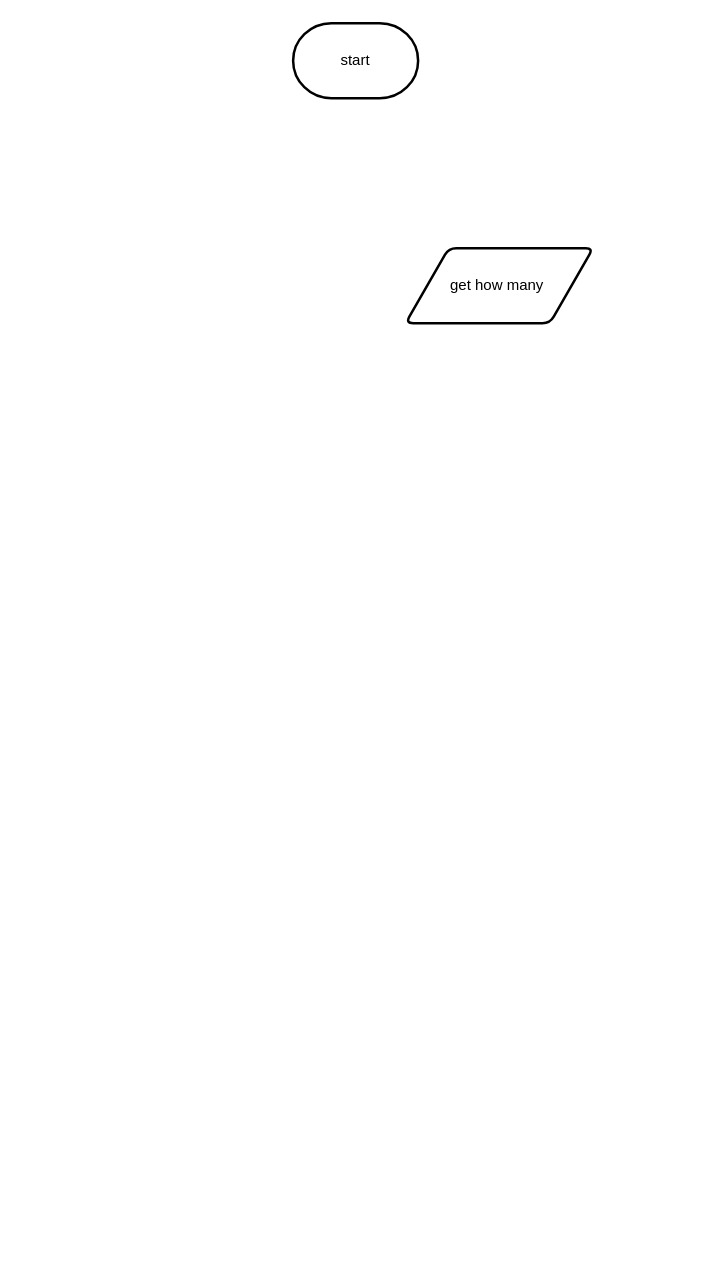
The draw.io diagram flowchart.drawio in venika-sem/ICS3U-Unit4-05-Python, before the edit. Source tidied: cells renumbered, new cells numbered last; positions are measured from the earlier drawing's top-left corner, leaving out a move shared by most shapes. Both pictures are drawn from the tidied source at 125%, with x=0, y=0 at pixel (292, 22).
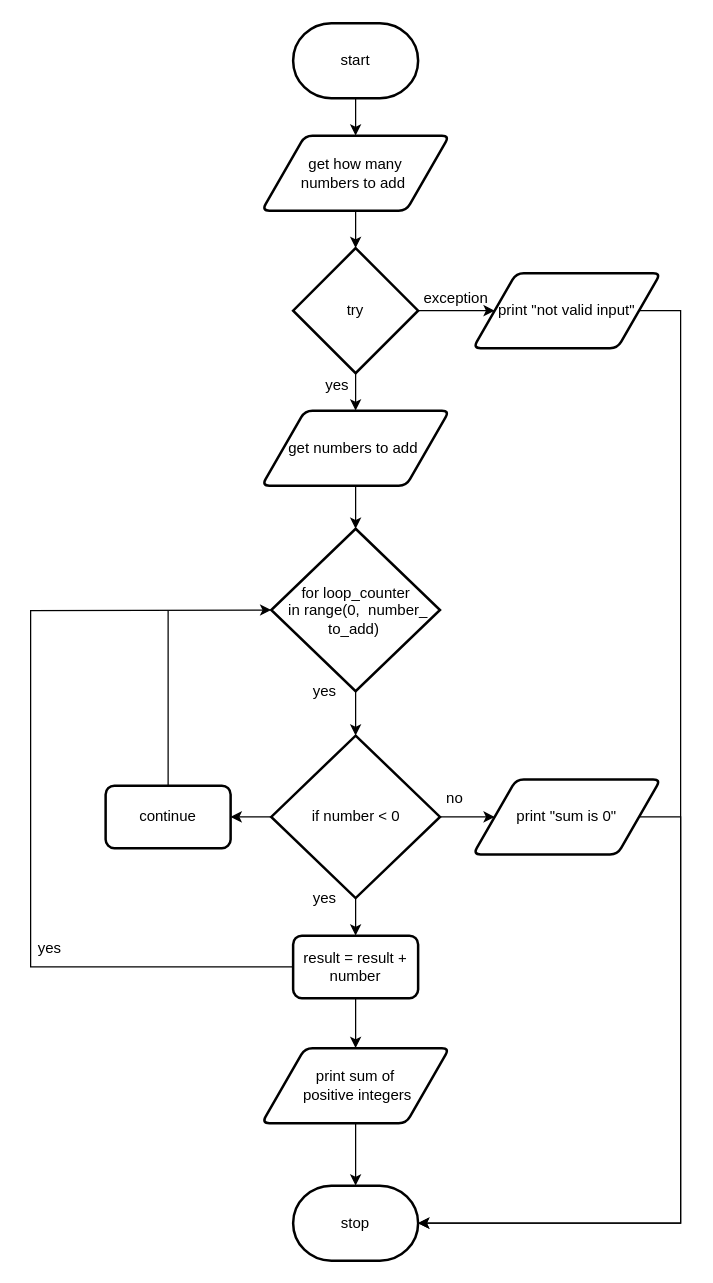
The same page after the edit.

Unchanged cells that the change refers to:
```xml
<mxCell id="2" value="start" style="strokeWidth=2;html=1;shape=mxgraph.flowchart.terminator;whiteSpace=wrap;" parent="1" vertex="1">
  <mxGeometry width="100" height="60" as="geometry" />
</mxCell>
```

The edit, as a diff of the source:
```diff
@@
+    <mxCell id="4" style="edgeStyle=none;html=1;exitX=0.5;exitY=1;exitDx=0;exitDy=0;exitPerimeter=0;" parent="1" edge="1" source="2" target="3">
+      <mxGeometry relative="1" as="geometry" />
+    </mxCell>
@@
+    <mxCell id="5" style="edgeStyle=none;html=1;exitX=0.5;exitY=1;exitDx=0;exitDy=0;" parent="1" edge="1" source="3" target="8">
+      <mxGeometry relative="1" as="geometry" />
+    </mxCell>
-    <mxCell id="3" value="get how many&amp;nbsp;" style="shape=parallelogram;html=1;strokeWidth=2;perimeter=parallelogramPerimeter;whiteSpace=wrap;rounded=1;arcSize=12;size=0.23;" parent="1" vertex="1">
-      <mxGeometry x="90" y="180" width="150" height="60" as="geometry" />
+    <mxCell id="3" value="get how many &lt;br&gt;numbers to add&amp;nbsp;" style="shape=parallelogram;html=1;strokeWidth=2;perimeter=parallelogramPerimeter;whiteSpace=wrap;rounded=1;arcSize=12;size=0.23;" parent="1" vertex="1">
+      <mxGeometry x="-25" y="90" width="150" height="60" as="geometry" />
     </mxCell>
+    <mxCell id="6" style="edgeStyle=none;html=1;exitX=0.5;exitY=1;exitDx=0;exitDy=0;exitPerimeter=0;" parent="1" edge="1" source="8" target="10">
+      <mxGeometry relative="1" as="geometry" />
+    </mxCell>
+    <mxCell id="7" style="edgeStyle=none;rounded=0;html=1;exitX=1;exitY=0.5;exitDx=0;exitDy=0;exitPerimeter=0;" parent="1" edge="1" source="8" target="23">
+      <mxGeometry relative="1" as="geometry" />
+    </mxCell>
+    <mxCell id="8" value="try" style="strokeWidth=2;html=1;shape=mxgraph.flowchart.decision;whiteSpace=wrap;" parent="1" vertex="1">
+      <mxGeometry y="180" width="100" height="100" as="geometry" />
+    </mxCell>
+    <mxCell id="9" style="edgeStyle=none;html=1;exitX=0.5;exitY=1;exitDx=0;exitDy=0;" parent="1" edge="1" source="10" target="12">
+      <mxGeometry relative="1" as="geometry" />
+    </mxCell>
+    <mxCell id="10" value="get numbers to add&amp;nbsp;" style="shape=parallelogram;html=1;strokeWidth=2;perimeter=parallelogramPerimeter;whiteSpace=wrap;rounded=1;arcSize=12;size=0.23;" parent="1" vertex="1">
+      <mxGeometry x="-25" y="310" width="150" height="60" as="geometry" />
+    </mxCell>
+    <mxCell id="11" style="edgeStyle=none;html=1;exitX=0.5;exitY=1;exitDx=0;exitDy=0;exitPerimeter=0;" parent="1" edge="1" source="12" target="16">
+      <mxGeometry relative="1" as="geometry" />
+    </mxCell>
+    <mxCell id="12" value="for loop_counter&lt;br&gt;&amp;nbsp;in range(0,&amp;nbsp; number_&lt;br&gt;to_add)&amp;nbsp;" style="strokeWidth=2;html=1;shape=mxgraph.flowchart.decision;whiteSpace=wrap;" parent="1" vertex="1">
+      <mxGeometry x="-17.5" y="404.5" width="135" height="130" as="geometry" />
+    </mxCell>
+    <mxCell id="13" style="edgeStyle=none;html=1;exitX=0.5;exitY=1;exitDx=0;exitDy=0;exitPerimeter=0;" parent="1" edge="1" source="16" target="19">
+      <mxGeometry relative="1" as="geometry" />
+    </mxCell>
+    <mxCell id="14" style="edgeStyle=none;html=1;exitX=0;exitY=0.5;exitDx=0;exitDy=0;exitPerimeter=0;entryX=1;entryY=0.5;entryDx=0;entryDy=0;" parent="1" edge="1" source="16" target="21">
+      <mxGeometry relative="1" as="geometry" />
+    </mxCell>
+    <mxCell id="15" style="edgeStyle=none;html=1;exitX=1;exitY=0.5;exitDx=0;exitDy=0;exitPerimeter=0;" parent="1" edge="1" source="16" target="28">
+      <mxGeometry relative="1" as="geometry" />
+    </mxCell>
+    <mxCell id="16" value="if number &amp;lt; 0" style="strokeWidth=2;html=1;shape=mxgraph.flowchart.decision;whiteSpace=wrap;" parent="1" vertex="1">
+      <mxGeometry x="-17.5" y="570" width="135" height="130" as="geometry" />
+    </mxCell>
+    <mxCell id="17" style="edgeStyle=none;html=1;exitX=0;exitY=0.5;exitDx=0;exitDy=0;entryX=0;entryY=0.5;entryDx=0;entryDy=0;entryPerimeter=0;rounded=0;" parent="1" edge="1" source="19" target="12">
+      <mxGeometry relative="1" as="geometry">
+        <Array as="points">
+          <mxPoint x="-210" y="755" />
+          <mxPoint x="-210" y="470" />
+        </Array>
+      </mxGeometry>
+    </mxCell>
+    <mxCell id="18" style="edgeStyle=none;rounded=0;html=1;exitX=0.5;exitY=1;exitDx=0;exitDy=0;" parent="1" edge="1" source="19" target="25">
+      <mxGeometry relative="1" as="geometry" />
+    </mxCell>
+    <mxCell id="19" value="result = result + number" style="rounded=1;whiteSpace=wrap;html=1;absoluteArcSize=1;arcSize=14;strokeWidth=2;" parent="1" vertex="1">
+      <mxGeometry y="730" width="100" height="50" as="geometry" />
+    </mxCell>
+    <mxCell id="20" value="stop" style="strokeWidth=2;html=1;shape=mxgraph.flowchart.terminator;whiteSpace=wrap;" parent="1" vertex="1">
+      <mxGeometry y="930" width="100" height="60" as="geometry" />
+    </mxCell>
+    <mxCell id="21" value="continue" style="rounded=1;whiteSpace=wrap;html=1;absoluteArcSize=1;arcSize=14;strokeWidth=2;" parent="1" vertex="1">
+      <mxGeometry x="-150" y="610" width="100" height="50" as="geometry" />
+    </mxCell>
+    <mxCell id="22" style="edgeStyle=none;rounded=0;html=1;exitX=1;exitY=0.5;exitDx=0;exitDy=0;entryX=1;entryY=0.5;entryDx=0;entryDy=0;entryPerimeter=0;" parent="1" edge="1" source="23" target="20">
+      <mxGeometry relative="1" as="geometry">
+        <Array as="points">
+          <mxPoint x="310" y="230" />
+          <mxPoint x="310" y="960" />
+        </Array>
+      </mxGeometry>
+    </mxCell>
+    <mxCell id="23" value="print &quot;not valid input&quot;" style="shape=parallelogram;html=1;strokeWidth=2;perimeter=parallelogramPerimeter;whiteSpace=wrap;rounded=1;arcSize=12;size=0.23;" parent="1" vertex="1">
+      <mxGeometry x="144" y="200" width="150" height="60" as="geometry" />
+    </mxCell>
+    <mxCell id="24" style="edgeStyle=none;rounded=0;html=1;exitX=0.5;exitY=1;exitDx=0;exitDy=0;entryX=0.5;entryY=0;entryDx=0;entryDy=0;entryPerimeter=0;" parent="1" edge="1" source="25" target="20">
+      <mxGeometry relative="1" as="geometry" />
+    </mxCell>
+    <mxCell id="25" value="print sum of&lt;br&gt;&amp;nbsp;positive integers" style="shape=parallelogram;html=1;strokeWidth=2;perimeter=parallelogramPerimeter;whiteSpace=wrap;rounded=1;arcSize=12;size=0.23;" parent="1" vertex="1">
+      <mxGeometry x="-25" y="820" width="150" height="60" as="geometry" />
+    </mxCell>
+    <mxCell id="26" style="endArrow=none;html=1;rounded=0;" parent="1" edge="1" target="21">
+      <mxGeometry relative="1" as="geometry">
+        <mxPoint x="-100" y="470" as="sourcePoint" />
+      </mxGeometry>
+    </mxCell>
+    <mxCell id="27" style="edgeStyle=none;html=1;exitX=1;exitY=0.5;exitDx=0;exitDy=0;entryX=1;entryY=0.5;entryDx=0;entryDy=0;entryPerimeter=0;rounded=0;" parent="1" edge="1" source="28" target="20">
+      <mxGeometry relative="1" as="geometry">
+        <Array as="points">
+          <mxPoint x="310" y="635" />
+          <mxPoint x="310" y="960" />
+        </Array>
+      </mxGeometry>
+    </mxCell>
+    <mxCell id="28" value="print &quot;sum is 0&quot;" style="shape=parallelogram;html=1;strokeWidth=2;perimeter=parallelogramPerimeter;whiteSpace=wrap;rounded=1;arcSize=12;size=0.23;" parent="1" vertex="1">
+      <mxGeometry x="144" y="605" width="150" height="60" as="geometry" />
+    </mxCell>
+    <mxCell id="29" value="yes" style="text;html=1;align=center;verticalAlign=middle;fillColor=none;strokeColor=none;rounded=0;" parent="1" vertex="1">
+      <mxGeometry x="20" y="280" width="30" height="20" as="geometry" />
+    </mxCell>
+    <mxCell id="30" value="exception" style="text;html=1;align=center;verticalAlign=middle;fillColor=none;strokeColor=none;rounded=0;" parent="1" vertex="1">
+      <mxGeometry x="95" y="210" width="70" height="20" as="geometry" />
+    </mxCell>
+    <mxCell id="31" value="yes" style="text;html=1;align=center;verticalAlign=middle;fillColor=none;strokeColor=none;rounded=0;" parent="1" vertex="1">
+      <mxGeometry x="10" y="525" width="30" height="20" as="geometry" />
+    </mxCell>
+    <mxCell id="32" value="yes" style="text;html=1;align=center;verticalAlign=middle;fillColor=none;strokeColor=none;rounded=0;" parent="1" vertex="1">
+      <mxGeometry x="10" y="690" width="30" height="20" as="geometry" />
+    </mxCell>
+    <mxCell id="33" value="no" style="text;html=1;align=center;verticalAlign=middle;fillColor=none;strokeColor=none;rounded=0;" parent="1" vertex="1">
+      <mxGeometry x="114" y="610" width="30" height="20" as="geometry" />
+    </mxCell>
+    <mxCell id="34" value="yes" style="text;html=1;align=center;verticalAlign=middle;fillColor=none;strokeColor=none;rounded=0;" parent="1" vertex="1">
+      <mxGeometry x="-210" y="730" width="30" height="20" as="geometry" />
+    </mxCell>
```
